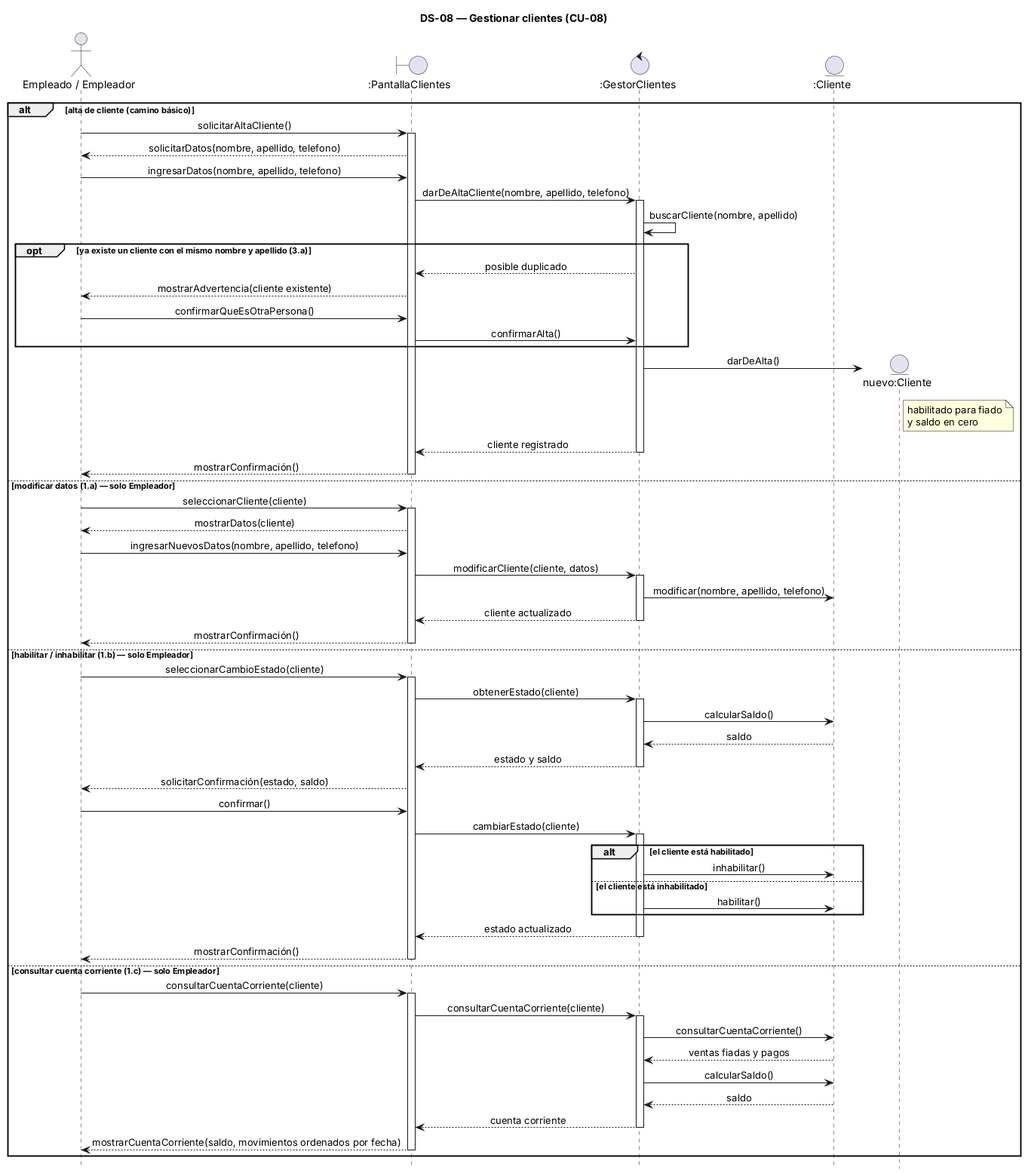
Above: 08-Diagrama De Secuencia/DS-08 Gestionar clientes.png in alanbalzaretti123/control-de-stock1 (PlantUML), before the change. The source it was exported from:
```plantuml
@startuml
title DS-08 — Gestionar clientes (CU-08)
hide footbox
skinparam sequenceMessageAlign center
skinparam responseMessageBelowArrow true

actor "Empleado / Empleador" as U
boundary ":PantallaClientes" as P
control ":GestorClientes" as G
entity ":Cliente" as C

alt alta de cliente (camino básico)
  U -> P : solicitarAltaCliente()
  activate P
  P --> U : solicitarDatos(nombre, apellido, telefono)
  U -> P : ingresarDatos(nombre, apellido, telefono)
  P -> G : darDeAltaCliente(nombre, apellido, telefono)
  activate G
  G -> G : buscarCliente(nombre, apellido)
  opt ya existe un cliente con el mismo nombre y apellido (3.a)
    G --> P : posible duplicado
    P --> U : mostrarAdvertencia(cliente existente)
    U -> P : confirmarQueEsOtraPersona()
    P -> G : confirmarAlta()
  end
  create entity "nuevo:Cliente" as N
  G -> N : darDeAlta()
  note right of N : habilitado para fiado\ny saldo en cero
  G --> P : cliente registrado
  deactivate G
  P --> U : mostrarConfirmación()
  deactivate P

else modificar datos (1.a) — solo Empleador
  U -> P : seleccionarCliente(cliente)
  activate P
  P --> U : mostrarDatos(cliente)
  U -> P : ingresarNuevosDatos(nombre, apellido, telefono)
  P -> G : modificarCliente(cliente, datos)
  activate G
  G -> C : modificar(nombre, apellido, telefono)
  G --> P : cliente actualizado
  deactivate G
  P --> U : mostrarConfirmación()
  deactivate P

else habilitar / inhabilitar (1.b) — solo Empleador
  U -> P : seleccionarCambioEstado(cliente)
  activate P
  P -> G : obtenerEstado(cliente)
  activate G
  G -> C : calcularSaldo()
  C --> G : saldo
  G --> P : estado y saldo
  deactivate G
  P --> U : solicitarConfirmación(estado, saldo)
  U -> P : confirmar()
  P -> G : cambiarEstado(cliente)
  activate G
  alt el cliente está habilitado
    G -> C : inhabilitar()
  else el cliente está inhabilitado
    G -> C : habilitar()
  end
  G --> P : estado actualizado
  deactivate G
  P --> U : mostrarConfirmación()
  deactivate P

else consultar cuenta corriente (1.c) — solo Empleador
  U -> P : consultarCuentaCorriente(cliente)
  activate P
  P -> G : consultarCuentaCorriente(cliente)
  activate G
  G -> C : consultarCuentaCorriente()
  C --> G : ventas fiadas y pagos
  G -> C : calcularSaldo()
  C --> G : saldo
  G --> P : cuenta corriente
  deactivate G
  P --> U : mostrarCuentaCorriente(saldo, movimientos ordenados por fecha)
  deactivate P
end
@enduml
```
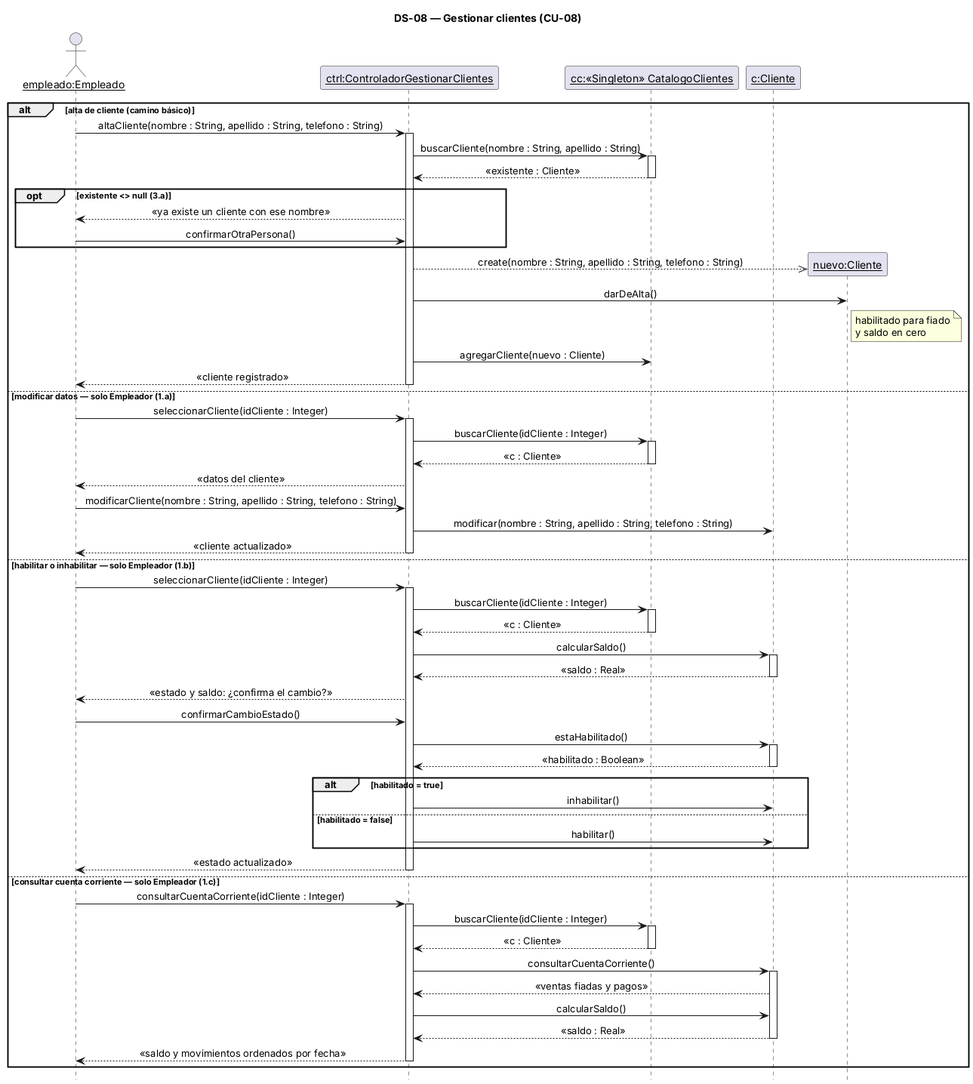
After the change.

Change to the diagram source:
```diff
@@ -3,82 +3,81 @@
 hide footbox
 skinparam sequenceMessageAlign center
 skinparam responseMessageBelowArrow true
+skinparam sequenceParticipant underline
 
-actor "Empleado / Empleador" as U
-boundary ":PantallaClientes" as P
-control ":GestorClientes" as G
-entity ":Cliente" as C
+actor "empleado:Empleado" as U
+participant "ctrl:ControladorGestionarClientes" as C
+participant "cc:«Singleton» CatalogoClientes" as CC
+participant "c:Cliente" as CL
 
 alt alta de cliente (camino básico)
-  U -> P : solicitarAltaCliente()
-  activate P
-  P --> U : solicitarDatos(nombre, apellido, telefono)
-  U -> P : ingresarDatos(nombre, apellido, telefono)
-  P -> G : darDeAltaCliente(nombre, apellido, telefono)
-  activate G
-  G -> G : buscarCliente(nombre, apellido)
-  opt ya existe un cliente con el mismo nombre y apellido (3.a)
-    G --> P : posible duplicado
-    P --> U : mostrarAdvertencia(cliente existente)
-    U -> P : confirmarQueEsOtraPersona()
-    P -> G : confirmarAlta()
+  U -> C : altaCliente(nombre : String, apellido : String, telefono : String)
+  activate C
+  C -> CC : buscarCliente(nombre : String, apellido : String)
+  activate CC
+  CC --> C : «existente : Cliente»
+  deactivate CC
+  opt existente <> null (3.a)
+    C --> U : «ya existe un cliente con ese nombre»
+    U -> C : confirmarOtraPersona()
   end
-  create entity "nuevo:Cliente" as N
-  G -> N : darDeAlta()
+  create participant "nuevo:Cliente" as N
+  C -->> N : create(nombre : String, apellido : String, telefono : String)
+  C -> N : darDeAlta()
   note right of N : habilitado para fiado\ny saldo en cero
-  G --> P : cliente registrado
-  deactivate G
-  P --> U : mostrarConfirmación()
-  deactivate P
-
-else modificar datos (1.a) — solo Empleador
-  U -> P : seleccionarCliente(cliente)
-  activate P
-  P --> U : mostrarDatos(cliente)
-  U -> P : ingresarNuevosDatos(nombre, apellido, telefono)
-  P -> G : modificarCliente(cliente, datos)
-  activate G
-  G -> C : modificar(nombre, apellido, telefono)
-  G --> P : cliente actualizado
-  deactivate G
-  P --> U : mostrarConfirmación()
-  deactivate P
-
-else habilitar / inhabilitar (1.b) — solo Empleador
-  U -> P : seleccionarCambioEstado(cliente)
-  activate P
-  P -> G : obtenerEstado(cliente)
-  activate G
-  G -> C : calcularSaldo()
-  C --> G : saldo
-  G --> P : estado y saldo
-  deactivate G
-  P --> U : solicitarConfirmación(estado, saldo)
-  U -> P : confirmar()
-  P -> G : cambiarEstado(cliente)
-  activate G
-  alt el cliente está habilitado
-    G -> C : inhabilitar()
-  else el cliente está inhabilitado
-    G -> C : habilitar()
+  C -> CC : agregarCliente(nuevo : Cliente)
+  C --> U : «cliente registrado»
+  deactivate C
+else modificar datos — solo Empleador (1.a)
+  U -> C : seleccionarCliente(idCliente : Integer)
+  activate C
+  C -> CC : buscarCliente(idCliente : Integer)
+  activate CC
+  CC --> C : «c : Cliente»
+  deactivate CC
+  C --> U : «datos del cliente»
+  U -> C : modificarCliente(nombre : String, apellido : String, telefono : String)
+  C -> CL : modificar(nombre : String, apellido : String, telefono : String)
+  C --> U : «cliente actualizado»
+  deactivate C
+else habilitar o inhabilitar — solo Empleador (1.b)
+  U -> C : seleccionarCliente(idCliente : Integer)
+  activate C
+  C -> CC : buscarCliente(idCliente : Integer)
+  activate CC
+  CC --> C : «c : Cliente»
+  deactivate CC
+  C -> CL : calcularSaldo()
+  activate CL
+  CL --> C : «saldo : Real»
+  deactivate CL
+  C --> U : «estado y saldo: ¿confirma el cambio?»
+  U -> C : confirmarCambioEstado()
+  C -> CL : estaHabilitado()
+  activate CL
+  CL --> C : «habilitado : Boolean»
+  deactivate CL
+  alt habilitado = true
+    C -> CL : inhabilitar()
+  else habilitado = false
+    C -> CL : habilitar()
   end
-  G --> P : estado actualizado
-  deactivate G
-  P --> U : mostrarConfirmación()
-  deactivate P
-
-else consultar cuenta corriente (1.c) — solo Empleador
-  U -> P : consultarCuentaCorriente(cliente)
-  activate P
-  P -> G : consultarCuentaCorriente(cliente)
-  activate G
-  G -> C : consultarCuentaCorriente()
-  C --> G : ventas fiadas y pagos
-  G -> C : calcularSaldo()
-  C --> G : saldo
-  G --> P : cuenta corriente
-  deactivate G
-  P --> U : mostrarCuentaCorriente(saldo, movimientos ordenados por fecha)
-  deactivate P
+  C --> U : «estado actualizado»
+  deactivate C
+else consultar cuenta corriente — solo Empleador (1.c)
+  U -> C : consultarCuentaCorriente(idCliente : Integer)
+  activate C
+  C -> CC : buscarCliente(idCliente : Integer)
+  activate CC
+  CC --> C : «c : Cliente»
+  deactivate CC
+  C -> CL : consultarCuentaCorriente()
+  activate CL
+  CL --> C : «ventas fiadas y pagos»
+  C -> CL : calcularSaldo()
+  CL --> C : «saldo : Real»
+  deactivate CL
+  C --> U : «saldo y movimientos ordenados por fecha»
+  deactivate C
 end
 @enduml
```
